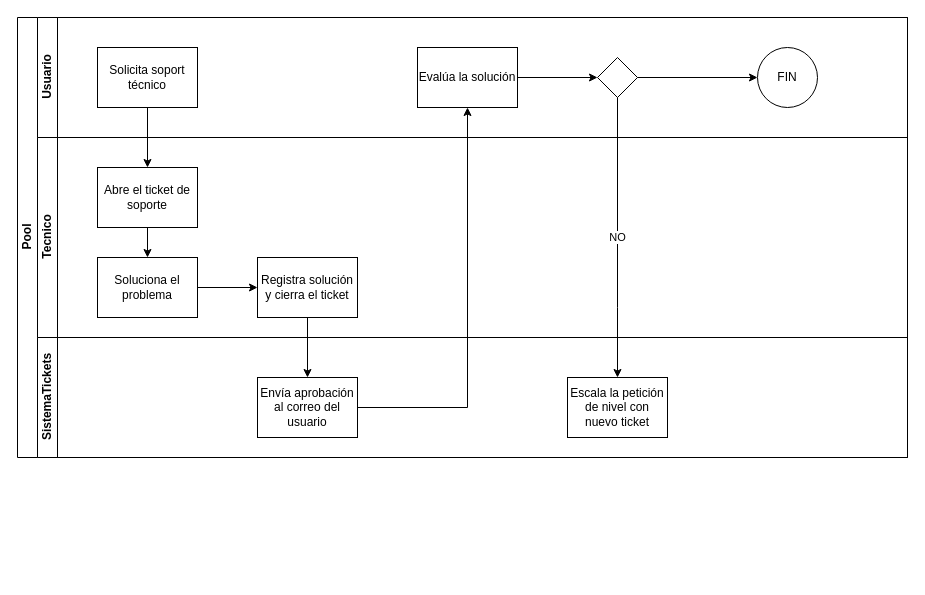
The draw.io diagram SoporteTecnico.drawio in paulchicaiza/tics, before the edit. Source tidied: cells renumbered, new cells numbered last; positions are measured from the earlier drawing's top-left corner, leaving out a move shared by most shapes. Both pictures are drawn from the tidied source at 100%, with x=0, y=0 at pixel (17, 17).
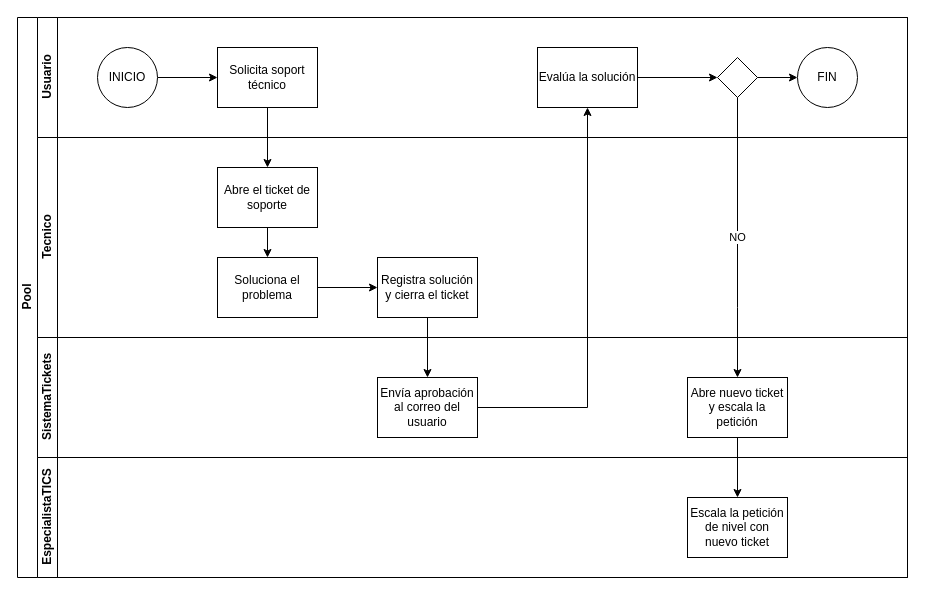
The same diagram, later.

The change refers to these unchanged cells:
```xml
<mxCell id="3" value="Usuario" style="swimlane;html=1;startSize=20;horizontal=0;" parent="2" vertex="1">
  <mxGeometry x="20" width="870" height="120" as="geometry" />
</mxCell>
<mxCell id="8" value="Tecnico" style="swimlane;html=1;startSize=20;horizontal=0;" parent="2" vertex="1">
  <mxGeometry x="20" y="120" width="870" height="200" as="geometry" />
</mxCell>
<mxCell id="17" value="&lt;div&gt;SistemaTickets&lt;/div&gt;" style="swimlane;html=1;startSize=20;horizontal=0;" parent="2" vertex="1">
  <mxGeometry x="20" y="320" width="870" height="120" as="geometry" />
</mxCell>
```

What changed in the source:
```diff
@@
     <mxCell id="2" value="Pool" style="swimlane;html=1;horizontal=0;startSize=20;" parent="1" vertex="1">
-      <mxGeometry width="890" height="440" as="geometry" />
+      <mxGeometry width="890" height="560" as="geometry" />
     </mxCell>
@@
     <mxCell id="4" value="Solicita soport técnico" style="rounded=0;whiteSpace=wrap;html=1;fontFamily=Helvetica;fontSize=12;fontColor=#000000;align=center;" parent="3" vertex="1">
-      <mxGeometry x="60" y="30" width="100" height="60" as="geometry" />
+      <mxGeometry x="180" y="30" width="100" height="60" as="geometry" />
     </mxCell>
     <mxCell id="5" value="Evalúa la solución" style="whiteSpace=wrap;html=1;fontColor=#000000;rounded=0;" parent="3" vertex="1">
-      <mxGeometry x="380" y="30" width="100" height="60" as="geometry" />
+      <mxGeometry x="500" y="30" width="100" height="60" as="geometry" />
     </mxCell>
     <mxCell id="6" style="rhombus;whiteSpace=wrap;html=1;fontFamily=Helvetica;fontSize=12;fontColor=#000000;align=center;" parent="3" vertex="1">
-      <mxGeometry x="560" y="40" width="40" height="40" as="geometry" />
+      <mxGeometry x="680" y="40" width="40" height="40" as="geometry" />
     </mxCell>
@@
+    <mxCell id="21" value="FIN" style="ellipse;whiteSpace=wrap;html=1;fontColor=#000000;" parent="3" vertex="1">
+      <mxGeometry x="760" y="30" width="60" height="60" as="geometry" />
+    </mxCell>
+    <mxCell id="22" style="edgeStyle=orthogonalEdgeStyle;rounded=0;jettySize=auto;html=1;" parent="3" edge="1" source="6" target="21">
+      <mxGeometry relative="1" as="geometry" />
+    </mxCell>
+    <mxCell id="23" style="edgeStyle=orthogonalEdgeStyle;rounded=0;jettySize=auto;html=1;" parent="3" edge="1" source="24" target="4">
+      <mxGeometry relative="1" as="geometry" />
+    </mxCell>
+    <mxCell id="24" value="INICIO" style="ellipse;whiteSpace=wrap;html=1;fontColor=#000000;" parent="3" vertex="1">
+      <mxGeometry x="60" y="30" width="60" height="60" as="geometry" />
+    </mxCell>
+    <mxCell id="14" style="edgeStyle=orthogonalEdgeStyle;rounded=0;jettySize=auto;html=1;" parent="2" edge="1" source="18" target="5">
+      <mxGeometry relative="1" as="geometry" />
+    </mxCell>
+    <mxCell id="15" style="edgeStyle=orthogonalEdgeStyle;rounded=0;jettySize=auto;html=1;entryX=0.5;entryY=0;entryDx=0;entryDy=0;exitX=0.5;exitY=1;exitDx=0;exitDy=0;" parent="2" edge="1" source="12" target="18">
+      <mxGeometry relative="1" as="geometry" />
+    </mxCell>
+    <mxCell id="16" style="edgeStyle=orthogonalEdgeStyle;rounded=0;jettySize=auto;html=1;entryX=0.5;entryY=0;entryDx=0;entryDy=0;" parent="2" edge="1" source="4" target="10">
+      <mxGeometry relative="1" as="geometry" />
+    </mxCell>
+    <mxCell id="20" value="NO" style="edgeStyle=orthogonalEdgeStyle;rounded=0;jettySize=auto;html=1;" parent="2" edge="1" source="6" target="19">
+      <mxGeometry relative="1" as="geometry">
+        <Array as="points">
+          <mxPoint x="720" y="290" />
+          <mxPoint x="720" y="290" />
+        </Array>
+      </mxGeometry>
+    </mxCell>
@@
     <mxCell id="10" value="Abre el ticket de soporte" style="rounded=0;whiteSpace=wrap;html=1;fontFamily=Helvetica;fontSize=12;fontColor=#000000;align=center;" parent="8" vertex="1">
-      <mxGeometry x="60" y="30" width="100" height="60" as="geometry" />
+      <mxGeometry x="180" y="30" width="100" height="60" as="geometry" />
     </mxCell>
     <mxCell id="11" value="Soluciona el problema" style="rounded=0;whiteSpace=wrap;html=1;fontFamily=Helvetica;fontSize=12;fontColor=#000000;align=center;" parent="8" vertex="1">
-      <mxGeometry x="60" y="120" width="100" height="60" as="geometry" />
+      <mxGeometry x="180" y="120" width="100" height="60" as="geometry" />
     </mxCell>
     <mxCell id="12" value="Registra solución y cierra el ticket" style="whiteSpace=wrap;html=1;fontColor=#000000;rounded=0;" parent="8" vertex="1">
-      <mxGeometry x="220" y="120" width="100" height="60" as="geometry" />
+      <mxGeometry x="340" y="120" width="100" height="60" as="geometry" />
     </mxCell>
@@
-    <mxCell id="14" style="edgeStyle=orthogonalEdgeStyle;rounded=0;jettySize=auto;html=1;" parent="2" edge="1" source="18" target="5">
-      <mxGeometry relative="1" as="geometry" />
-    </mxCell>
-    <mxCell id="15" style="edgeStyle=orthogonalEdgeStyle;rounded=0;jettySize=auto;html=1;entryX=0.5;entryY=0;entryDx=0;entryDy=0;exitX=0.5;exitY=1;exitDx=0;exitDy=0;" parent="2" edge="1" source="12" target="18">
-      <mxGeometry relative="1" as="geometry" />
-    </mxCell>
-    <mxCell id="16" style="edgeStyle=orthogonalEdgeStyle;rounded=0;jettySize=auto;html=1;entryX=0.5;entryY=0;entryDx=0;entryDy=0;" parent="2" edge="1" source="4" target="10">
-      <mxGeometry relative="1" as="geometry" />
-    </mxCell>
@@
     <mxCell id="18" value="Envía aprobación al correo del usuario" style="whiteSpace=wrap;html=1;fontColor=#000000;rounded=0;" parent="17" vertex="1">
-      <mxGeometry x="220" y="40" width="100" height="60" as="geometry" />
+      <mxGeometry x="340" y="40" width="100" height="60" as="geometry" />
     </mxCell>
-    <mxCell id="19" value="Escala la petición de nivel con nuevo ticket" style="whiteSpace=wrap;html=1;fontColor=#000000;" parent="17" vertex="1">
-      <mxGeometry x="530" y="40" width="100" height="60" as="geometry" />
+    <mxCell id="19" value="Abre nuevo ticket y escala la petición" style="whiteSpace=wrap;html=1;fontColor=#000000;" parent="17" vertex="1">
+      <mxGeometry x="650" y="40" width="100" height="60" as="geometry" />
     </mxCell>
-    <mxCell id="20" value="NO" style="edgeStyle=orthogonalEdgeStyle;rounded=0;jettySize=auto;html=1;" parent="2" edge="1" source="6" target="19">
-      <mxGeometry relative="1" as="geometry">
-        <Array as="points">
-          <mxPoint x="600" y="290" />
-          <mxPoint x="600" y="290" />
-        </Array>
-      </mxGeometry>
-    </mxCell>
-    <mxCell id="21" value="FIN" style="ellipse;whiteSpace=wrap;html=1;fontColor=#000000;" parent="1" vertex="1">
-      <mxGeometry x="740" y="30" width="60" height="60" as="geometry" />
-    </mxCell>
-    <mxCell id="22" style="edgeStyle=orthogonalEdgeStyle;rounded=0;jettySize=auto;html=1;" parent="1" edge="1" source="6" target="21">
-      <mxGeometry relative="1" as="geometry" />
-    </mxCell>
+    <mxCell id="25" value="EspecialistaTICS" style="swimlane;html=1;startSize=20;horizontal=0;" parent="2" vertex="1">
+      <mxGeometry x="20" y="440" width="870" height="120" as="geometry" />
+    </mxCell>
+    <mxCell id="26" value="Escala la petición de nivel con nuevo ticket" style="whiteSpace=wrap;html=1;fontColor=#000000;" parent="25" vertex="1">
+      <mxGeometry x="650" y="40" width="100" height="60" as="geometry" />
+    </mxCell>
+    <mxCell id="27" style="edgeStyle=orthogonalEdgeStyle;rounded=0;jettySize=auto;html=1;entryX=0.5;entryY=0;entryDx=0;entryDy=0;" parent="2" edge="1" source="19" target="26">
+      <mxGeometry relative="1" as="geometry" />
+    </mxCell>
```
